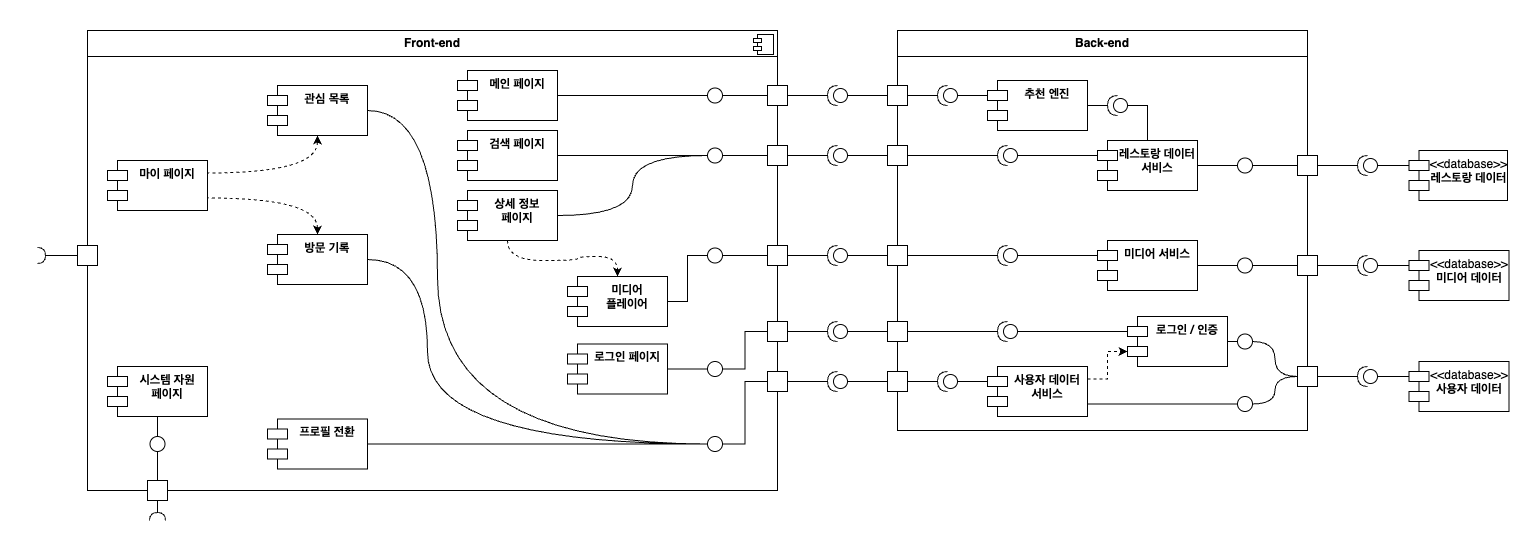
Earlier version of the draw.io export resource/component_diagram.png (KangNaewon/connected-platform). Source tidied: cells renumbered, new cells last; positions are measured from the earlier drawing's top-left corner, leaving out a move shared by most shapes.
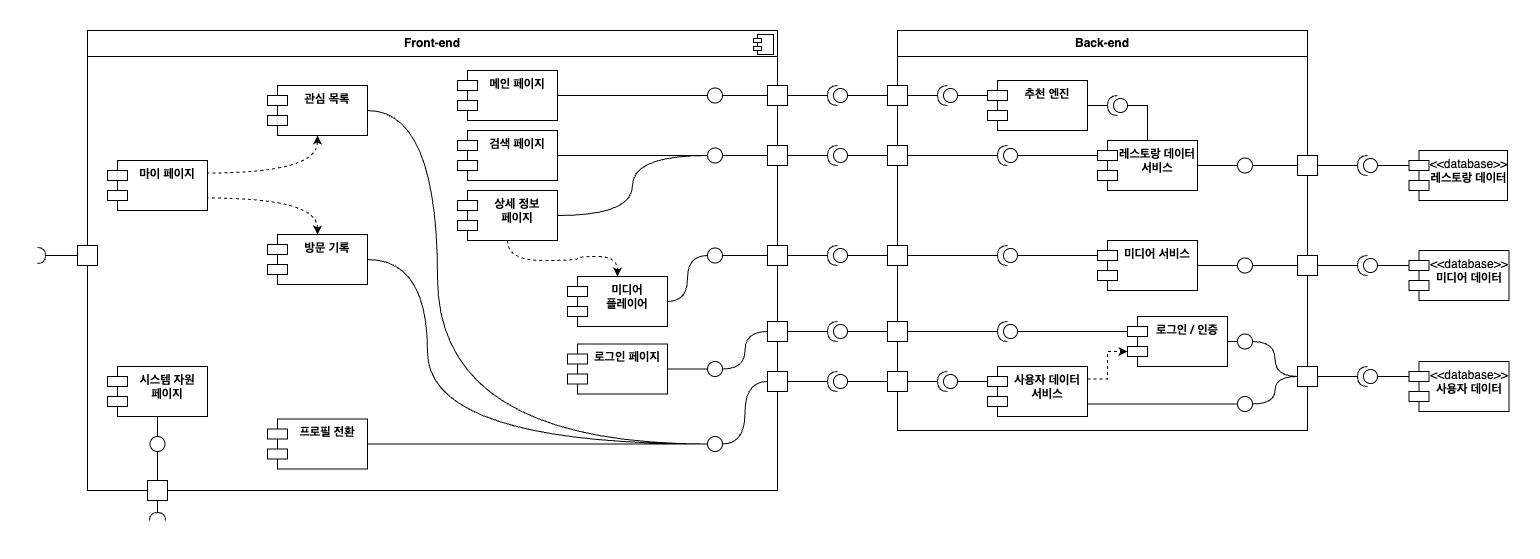
After the commit.

Change to the diagram source:
```diff
@@ -250,13 +250,13 @@
     <mxCell id="83" style="whiteSpace=wrap;html=1;" parent="1" vertex="1">
       <mxGeometry x="730" y="215" width="20" height="20" as="geometry" />
     </mxCell>
-    <mxCell id="84" style="edgeStyle=orthogonalEdgeStyle;rounded=0;jettySize=auto;html=1;entryX=1;entryY=0.5;entryDx=0;entryDy=0;endArrow=none;endFill=0;" parent="1" edge="1" source="85" target="107">
+    <mxCell id="84" style="edgeStyle=orthogonalEdgeStyle;rounded=0;jettySize=auto;html=1;entryX=1;entryY=0.5;entryDx=0;entryDy=0;endArrow=none;endFill=0;curved=1;" parent="1" edge="1" source="85" target="107">
       <mxGeometry relative="1" as="geometry" />
     </mxCell>
     <mxCell id="85" style="whiteSpace=wrap;html=1;" parent="1" vertex="1">
       <mxGeometry x="730" y="291" width="20" height="20" as="geometry" />
     </mxCell>
-    <mxCell id="86" style="edgeStyle=orthogonalEdgeStyle;rounded=0;jettySize=auto;html=1;entryX=1;entryY=0.5;entryDx=0;entryDy=0;endArrow=none;endFill=0;" parent="1" edge="1" source="87" target="111">
+    <mxCell id="86" style="edgeStyle=orthogonalEdgeStyle;rounded=0;jettySize=auto;html=1;entryX=1;entryY=0.5;entryDx=0;entryDy=0;endArrow=none;endFill=0;curved=1;" parent="1" edge="1" source="87" target="111">
       <mxGeometry relative="1" as="geometry" />
     </mxCell>
     <mxCell id="87" style="whiteSpace=wrap;html=1;" parent="1" vertex="1">
@@ -310,7 +310,7 @@
     <mxCell id="103" style="ellipse;whiteSpace=wrap;html=1;" parent="1" vertex="1">
       <mxGeometry x="670" y="117.5" width="15" height="15" as="geometry" />
     </mxCell>
-    <mxCell id="104" style="edgeStyle=orthogonalEdgeStyle;rounded=0;jettySize=auto;html=1;entryX=1;entryY=0.5;entryDx=0;entryDy=0;endArrow=none;endFill=0;" parent="1" edge="1" source="105" target="13">
+    <mxCell id="104" style="edgeStyle=orthogonalEdgeStyle;rounded=0;jettySize=auto;html=1;entryX=1;entryY=0.5;entryDx=0;entryDy=0;endArrow=none;endFill=0;curved=1;" parent="1" edge="1" source="105" target="13">
       <mxGeometry relative="1" as="geometry" />
     </mxCell>
     <mxCell id="105" style="ellipse;whiteSpace=wrap;html=1;" parent="1" vertex="1">
```
